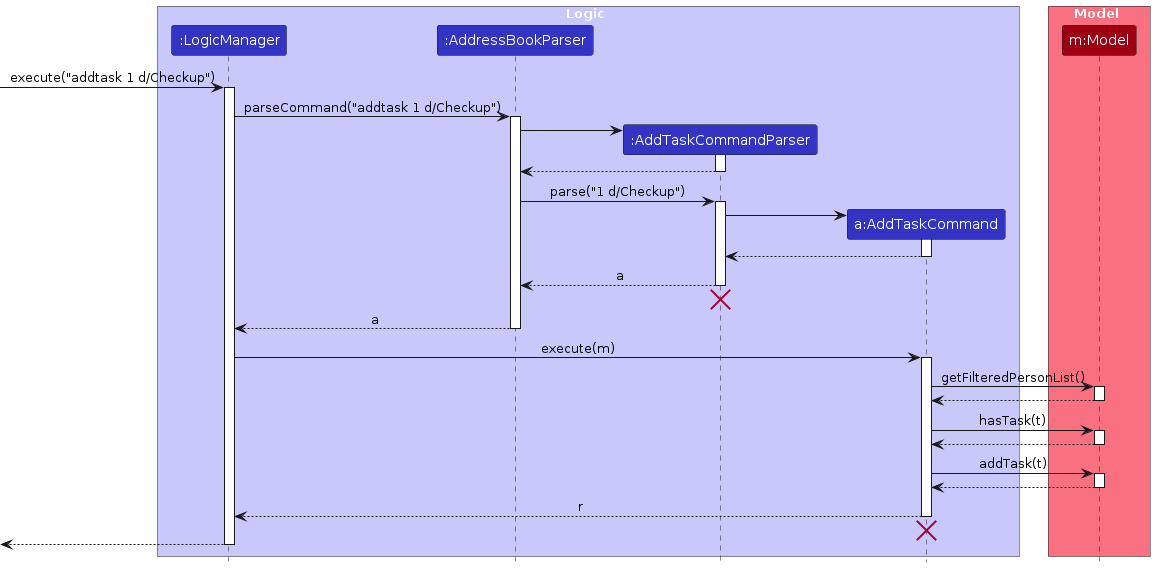
AY2425S1-CS2103T-F15-1/tp keeps this PlantUML diagram as diagrams/AddTaskSequenceDiagram.png. Above is the earlier version. Its source is kept beside it as diagrams/AddTaskSequenceDiagram.puml. The source it was exported from:
```plantuml
@startuml
!include style.puml
skinparam ArrowFontStyle plain

box Logic LOGIC_COLOR_T1
participant ":LogicManager" as LogicManager LOGIC_COLOR
participant ":AddressBookParser" as AddressBookParser LOGIC_COLOR
participant ":AddTaskCommandParser" as AddTaskCommandParser LOGIC_COLOR
participant "a:AddTaskCommand" as AddTaskCommand LOGIC_COLOR
end box

box Model MODEL_COLOR_T1
participant "m:Model" as Model MODEL_COLOR
end box

[-> LogicManager : execute("addtask 1 d/Checkup")
activate LogicManager

LogicManager -> AddressBookParser : parseCommand("addtask 1 d/Checkup")
activate AddressBookParser

create AddTaskCommandParser
AddressBookParser -> AddTaskCommandParser
activate AddTaskCommandParser

AddTaskCommandParser --> AddressBookParser
deactivate AddTaskCommandParser

AddressBookParser -> AddTaskCommandParser : parse("1 d/Checkup")
activate AddTaskCommandParser

create AddTaskCommand
AddTaskCommandParser -> AddTaskCommand
activate AddTaskCommand

AddTaskCommand --> AddTaskCommandParser :
deactivate AddTaskCommand

AddTaskCommandParser --> AddressBookParser : a
deactivate AddTaskCommandParser

AddTaskCommandParser -[hidden]-> AddressBookParser
destroy AddTaskCommandParser

AddressBookParser --> LogicManager : a
deactivate AddressBookParser

LogicManager -> AddTaskCommand : execute(m)
activate AddTaskCommand

AddTaskCommand -> Model : getFilteredPersonList()
activate Model
Model --> AddTaskCommand
deactivate Model

AddTaskCommand -> Model : hasTask(t)
activate Model
Model --> AddTaskCommand
deactivate Model

AddTaskCommand -> Model : addTask(t)
activate Model
Model --> AddTaskCommand
deactivate Model

AddTaskCommand --> LogicManager : r
deactivate AddTaskCommand

AddTaskCommand -[hidden]-> LogicManager
destroy AddTaskCommand
[<-- LogicManager
deactivate LogicManager

@enduml
```
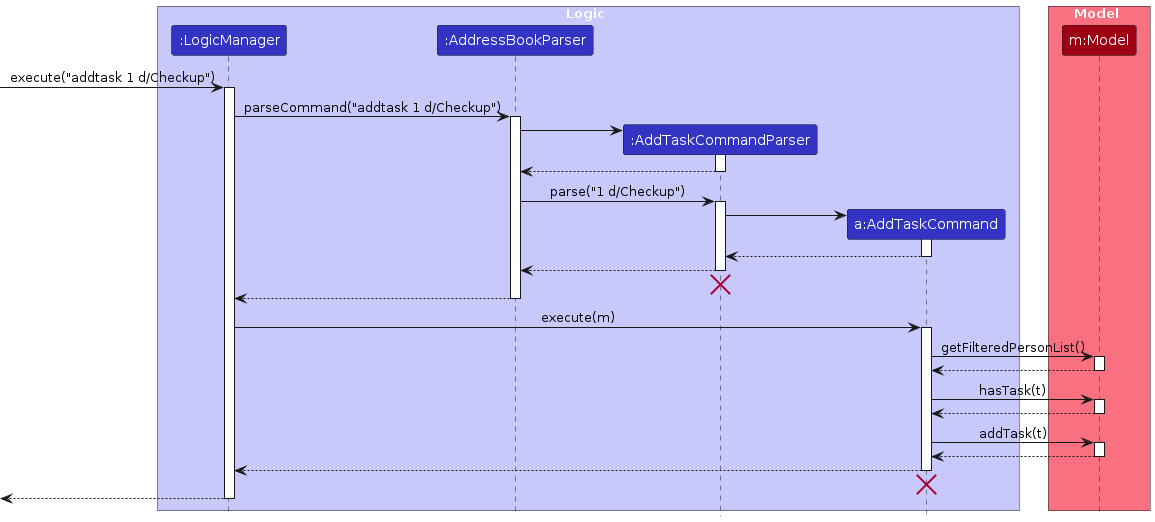
Above is the later version.

Change to the diagram source:
```diff
@@ -36,13 +36,13 @@
 AddTaskCommand --> AddTaskCommandParser :
 deactivate AddTaskCommand
 
-AddTaskCommandParser --> AddressBookParser : a
+AddTaskCommandParser --> AddressBookParser :
 deactivate AddTaskCommandParser
 
 AddTaskCommandParser -[hidden]-> AddressBookParser
 destroy AddTaskCommandParser
 
-AddressBookParser --> LogicManager : a
+AddressBookParser --> LogicManager :
 deactivate AddressBookParser
 
 LogicManager -> AddTaskCommand : execute(m)
@@ -63,7 +63,7 @@
 Model --> AddTaskCommand
 deactivate Model
 
-AddTaskCommand --> LogicManager : r
+AddTaskCommand --> LogicManager :
 deactivate AddTaskCommand
 
 AddTaskCommand -[hidden]-> LogicManager
```
